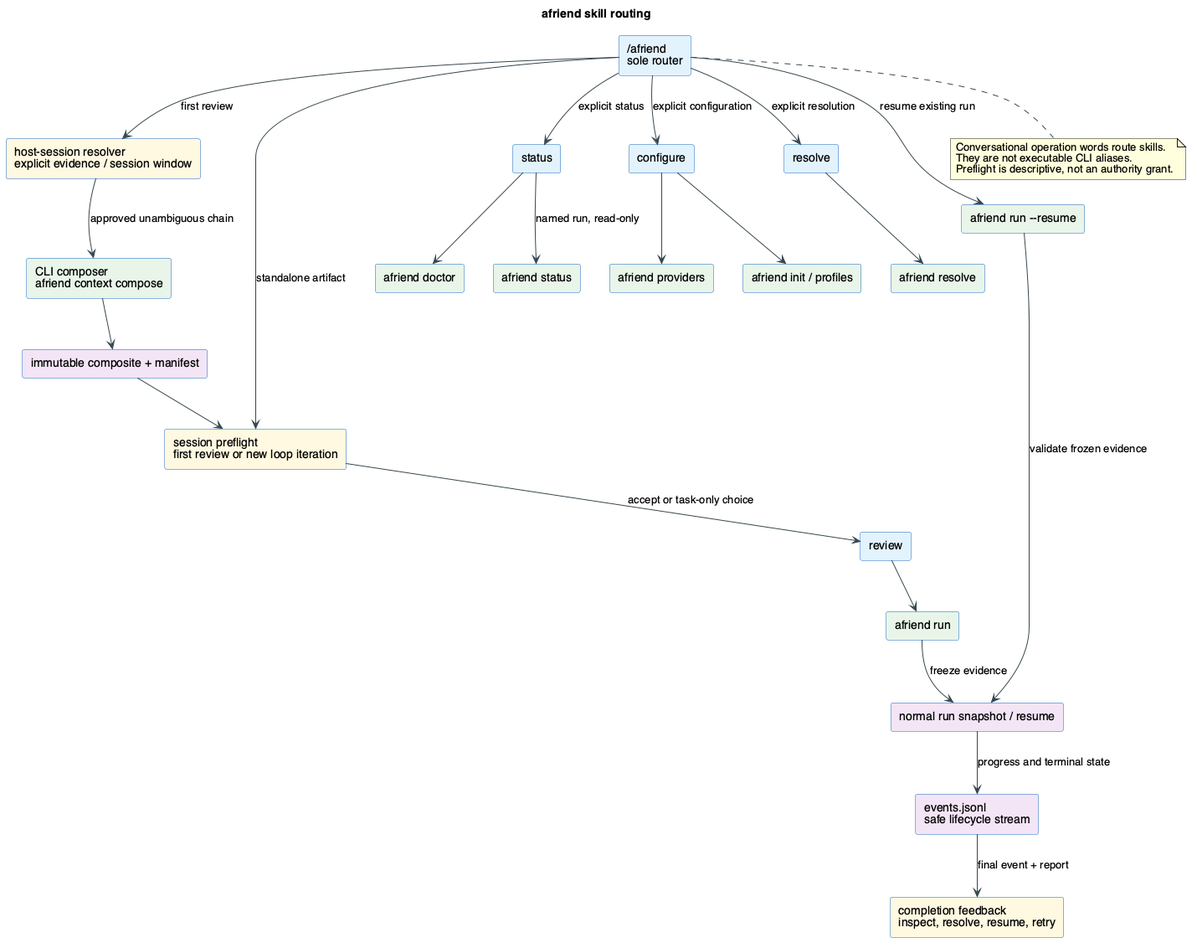
This is docs/architecture/skill-routing.png from livingstaccato/afriend, a PlantUML export, as it was before one commit. The source it was exported from:
```plantuml
@startuml skill-routing
skinparam backgroundColor #FFFFFF
skinparam shadowing false
skinparam defaultFontName Helvetica
skinparam ArrowColor #37474F
skinparam rectangle {
  BorderColor #1565C0
  BackgroundColor #E3F2FD
}
title afriend skill routing

rectangle "/afriend\nsole router" as router
rectangle "host-session resolver\nexplicit evidence / session window" as resolver #FFF8E1
rectangle "CLI composer\nafriend context compose" as composer #E8F5E9
rectangle "immutable composite + manifest" as composite #F3E5F5
rectangle "session preflight\nfirst review or new loop iteration" as preflight #FFF8E1
rectangle "review" as review
rectangle "status" as status
rectangle "configure" as configure
rectangle "resolve" as resolve
rectangle "afriend run" as run #E8F5E9
rectangle "normal run snapshot / resume" as snapshot #F3E5F5
rectangle "events.jsonl\nsafe lifecycle stream" as events #F3E5F5
rectangle "completion feedback\ninspect, resolve, resume, retry" as feedback #FFF8E1
rectangle "afriend doctor" as doctor #E8F5E9
rectangle "afriend status" as runstatus #E8F5E9
rectangle "afriend providers" as providers #E8F5E9
rectangle "afriend init / profiles" as setup #E8F5E9
rectangle "afriend resolve" as resolution #E8F5E9
rectangle "afriend run --resume" as resume #E8F5E9

router --> resolver : first review
resolver --> composer : approved unambiguous chain
composer --> composite
composite --> preflight
router --> preflight : standalone artifact
preflight --> review : accept or task-only choice
router --> status : explicit status
router --> configure : explicit configuration
router --> resolve : explicit resolution
router --> resume : resume existing run
resume --> snapshot : validate frozen evidence
review --> run
run --> snapshot : freeze evidence
snapshot --> events : progress and terminal state
events --> feedback : final event + report
status --> doctor
status --> runstatus : named run, read-only
configure --> providers
configure --> setup
resolve --> resolution
note bottom of router
  Conversational operation words route skills.
  They are not executable CLI aliases.
  Preflight is descriptive, not an authority grant.
end note
@enduml
```
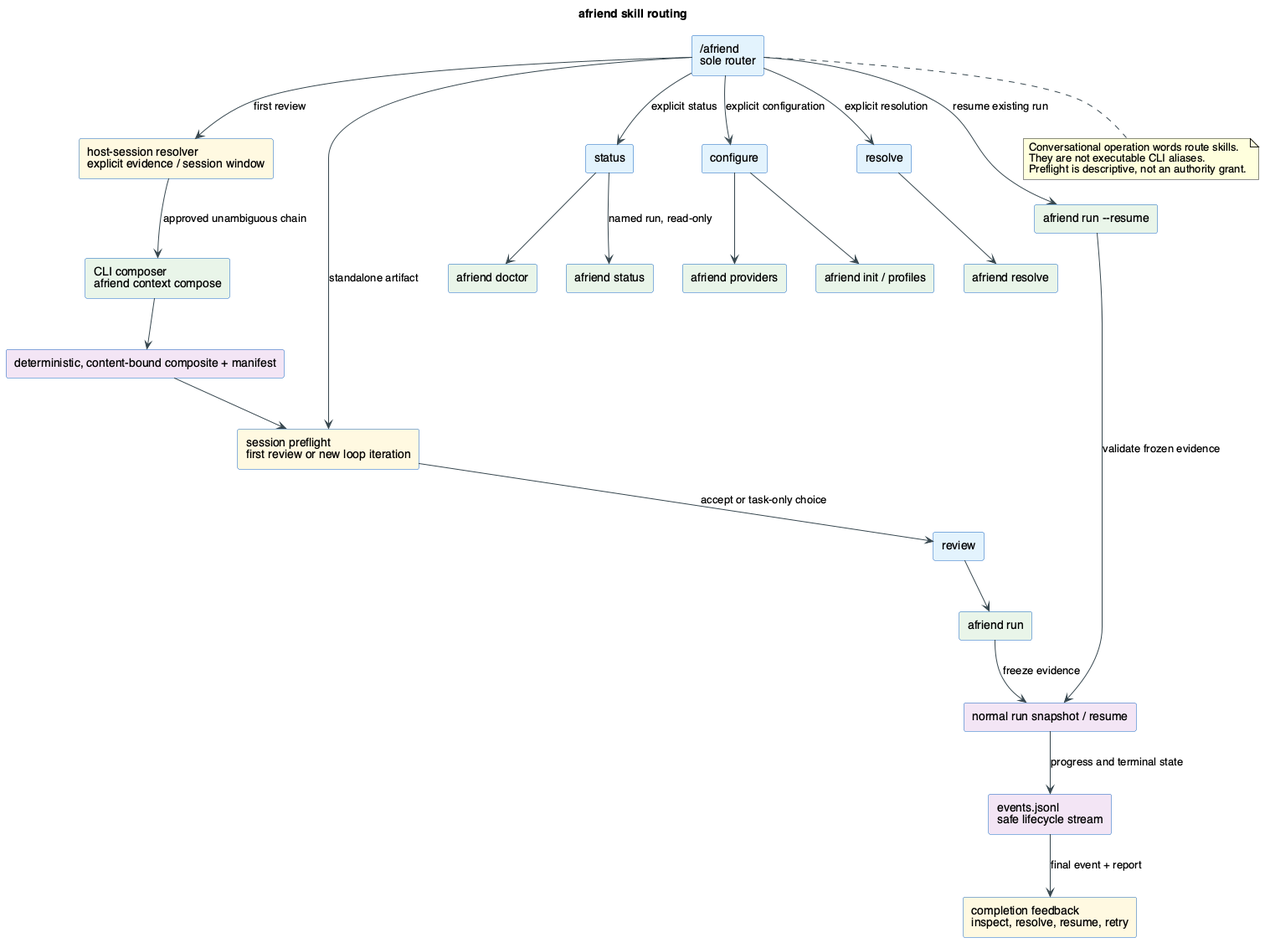
The same file after the commit.

Commit message:
docs: clarify context preflight and composite binding

The edit, as a diff of the source:
```diff
@@ -12,7 +12,7 @@
 rectangle "/afriend\nsole router" as router
 rectangle "host-session resolver\nexplicit evidence / session window" as resolver #FFF8E1
 rectangle "CLI composer\nafriend context compose" as composer #E8F5E9
-rectangle "immutable composite + manifest" as composite #F3E5F5
+rectangle "deterministic, content-bound composite + manifest" as composite #F3E5F5
 rectangle "session preflight\nfirst review or new loop iteration" as preflight #FFF8E1
 rectangle "review" as review
 rectangle "status" as status
```
